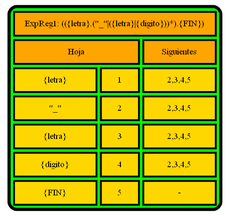
The Graphviz diagram SIGUIENTES_202004765/TablaSig_ExpReg1.png in PikaGuty/OLC1_Proyecto1_202004765, before a commit. Its source is kept beside it as SIGUIENTES_202004765/TablaSig_ExpReg1.dot.
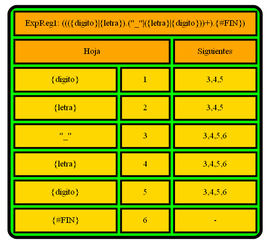
The same file after the commit.

The edit, as a diff of the source:
```diff
@@ -2,29 +2,33 @@
   label=<
  <TABLE border="5" cellspacing="4" cellpadding="10" style="rounded" bgcolor="green" gradientangle="315">
 <TR>
-<TD border="3"  colspan="4" bgcolor="orange">ExpReg1: (({letra}.("_"|({letra}|{digito}))*).{FIN})</TD>
+<TD border="3"  colspan="4" bgcolor="orange">ExpReg1: ((({digito}|{letra}).("_"|({letra}|{digito}))+).{#FIN})</TD>
 </TR><TR>
 <TD border="3"  colspan="2" bgcolor="orange">Hoja</TD>
 <TD border="3"  colspan="2" bgcolor="orange">Siguientes</TD>
 </TR><TR>
+<TD border="3"  bgcolor="gold">{digito}</TD>
+<TD border="3"  bgcolor="gold">1</TD>
+<TD border="3"  colspan="2" bgcolor="gold">3,4,5</TD>
+</TR><TR>
 <TD border="3"  bgcolor="gold">{letra}</TD>
-<TD border="3"  bgcolor="gold">1</TD>
-<TD border="3"  colspan="2" bgcolor="gold">2,3,4,5</TD>
+<TD border="3"  bgcolor="gold">2</TD>
+<TD border="3"  colspan="2" bgcolor="gold">3,4,5</TD>
 </TR><TR>
 <TD border="3"  bgcolor="gold">"_"</TD>
-<TD border="3"  bgcolor="gold">2</TD>
-<TD border="3"  colspan="2" bgcolor="gold">2,3,4,5</TD>
+<TD border="3"  bgcolor="gold">3</TD>
+<TD border="3"  colspan="2" bgcolor="gold">3,4,5,6</TD>
 </TR><TR>
 <TD border="3"  bgcolor="gold">{letra}</TD>
-<TD border="3"  bgcolor="gold">3</TD>
-<TD border="3"  colspan="2" bgcolor="gold">2,3,4,5</TD>
+<TD border="3"  bgcolor="gold">4</TD>
+<TD border="3"  colspan="2" bgcolor="gold">3,4,5,6</TD>
 </TR><TR>
 <TD border="3"  bgcolor="gold">{digito}</TD>
-<TD border="3"  bgcolor="gold">4</TD>
-<TD border="3"  colspan="2" bgcolor="gold">2,3,4,5</TD>
+<TD border="3"  bgcolor="gold">5</TD>
+<TD border="3"  colspan="2" bgcolor="gold">3,4,5,6</TD>
 </TR><TR>
-<TD border="3"  bgcolor="gold">{FIN}</TD>
-<TD border="3"  bgcolor="gold">5</TD>
+<TD border="3"  bgcolor="gold">{#FIN}</TD>
+<TD border="3"  bgcolor="gold">6</TD>
 <TD border="3"  colspan="2" bgcolor="gold">-</TD>
 </TR></TABLE>>
 
```
